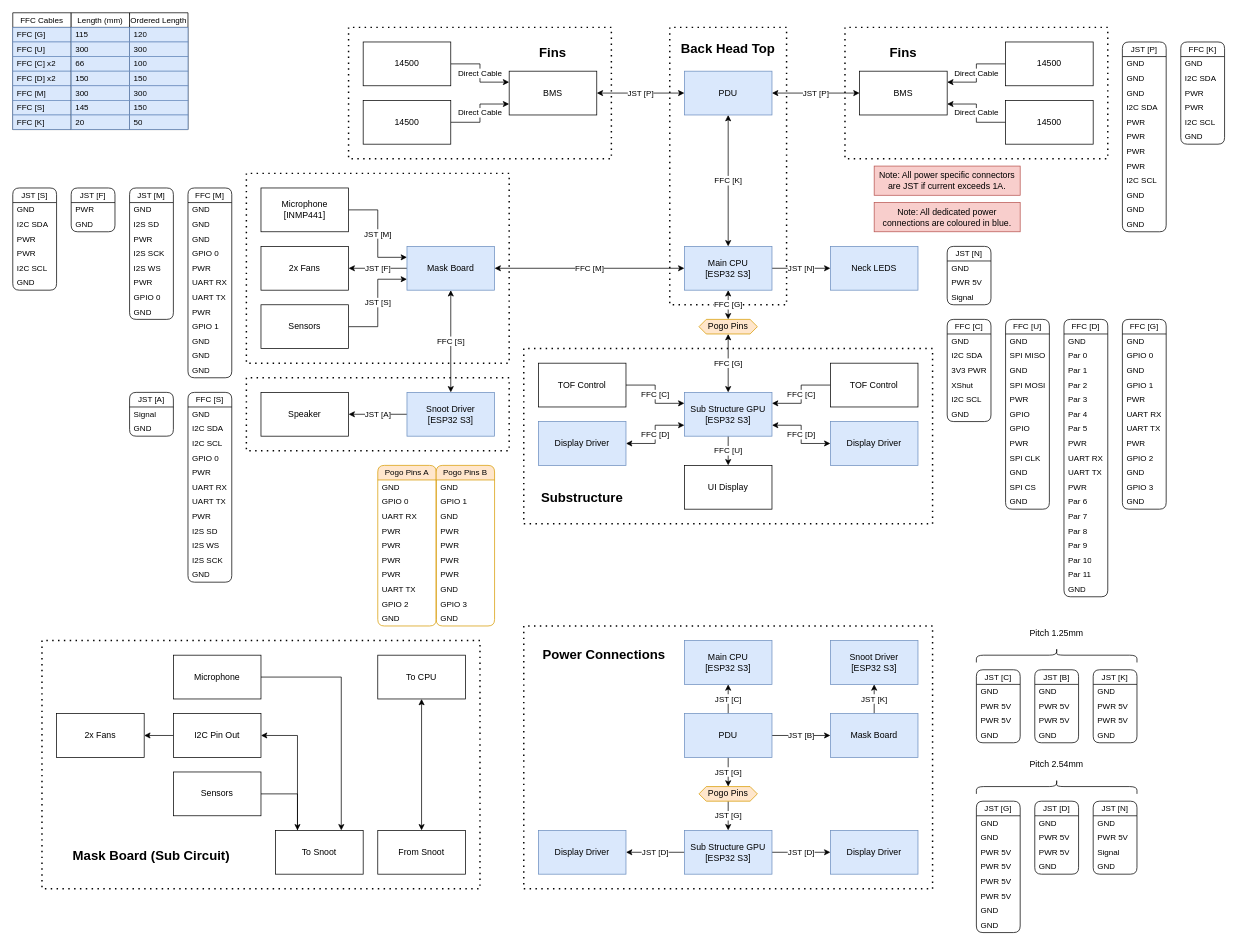
Before: page "Connectors & Connections" (2 of 3) of Documents/Electronics.drawio in XCR1793/Synth-Head, a draw.io diagram. Source tidied: cells renumbered, new cells numbered last; positions are measured from the earlier drawing's top-left corner, leaving out a move shared by most shapes. Both pictures are drawn from the tidied source at 73%, with x=0, y=0 at pixel (12, 12).
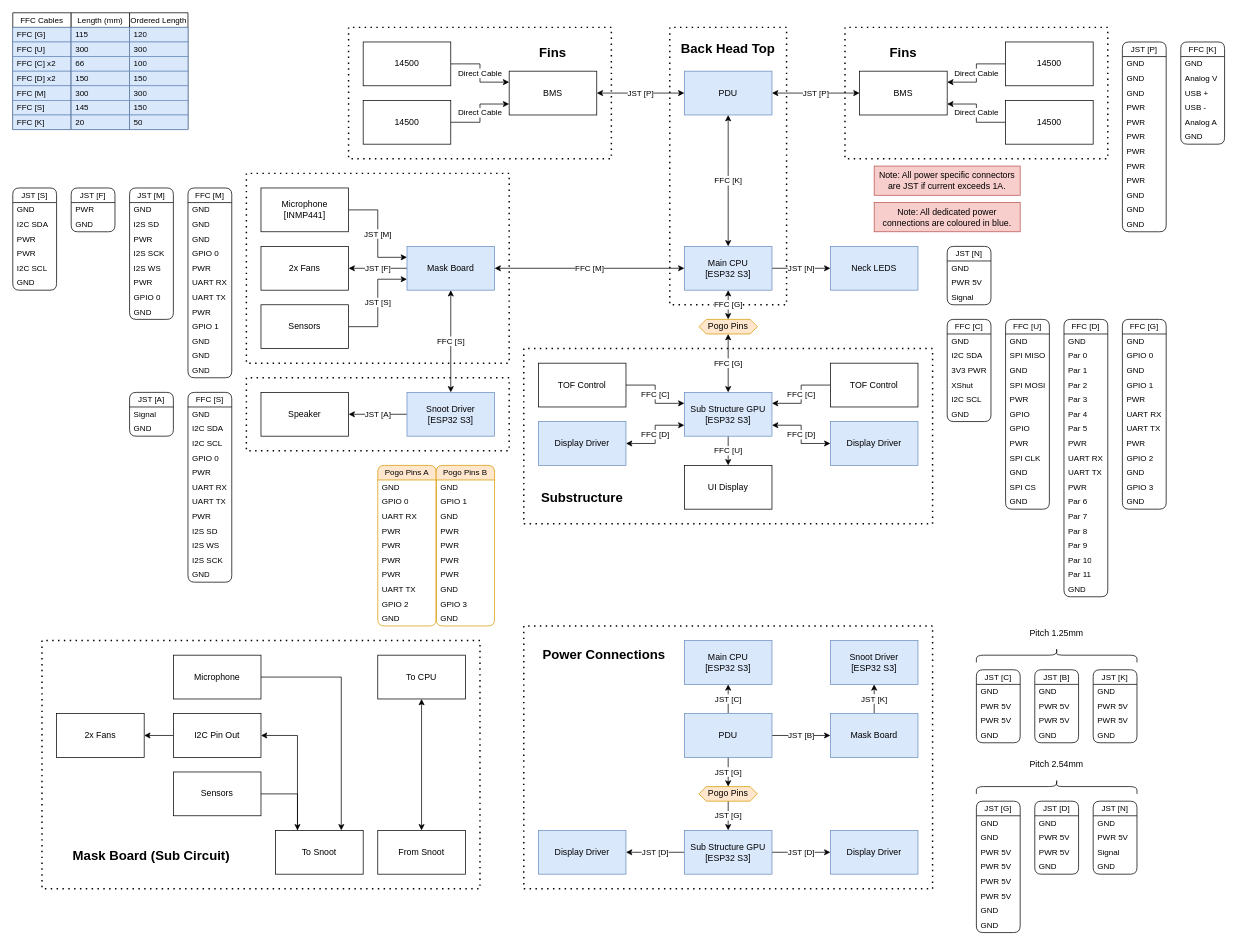
The same page after the edit.

The change refers to these unchanged cells:
```xml
<mxCell id="166" value="JST [P]" style="swimlane;fontStyle=0;horizontal=1;startSize=20;whiteSpace=wrap;html=1;fontFamily=Helvetica;fontSize=11;fontColor=default;labelBackgroundColor=default;rounded=1;" parent="1" vertex="1">
  <mxGeometry x="1520" y="40" width="60" height="260" as="geometry" />
</mxCell>
<mxCell id="196" value="FFC [K]" style="swimlane;fontStyle=0;horizontal=1;startSize=20;whiteSpace=wrap;html=1;fontFamily=Helvetica;fontSize=11;fontColor=default;labelBackgroundColor=default;rounded=1;" parent="1" vertex="1">
  <mxGeometry x="1600" y="40" width="60" height="140" as="geometry" />
</mxCell>
```

What changed in the source:
```diff
@@
-    <mxCell id="170" value="I2C SDA" style="text;strokeColor=none;fillColor=none;align=left;verticalAlign=middle;spacingLeft=4;spacingRight=4;overflow=hidden;whiteSpace=wrap;html=1;fontFamily=Helvetica;fontSize=11;fontColor=default;labelBackgroundColor=default;fontStyle=0;" parent="166" vertex="1">
+    <mxCell id="170" value="PWR" style="text;strokeColor=none;fillColor=none;align=left;verticalAlign=middle;spacingLeft=4;spacingRight=4;overflow=hidden;whiteSpace=wrap;html=1;fontFamily=Helvetica;fontSize=11;fontColor=default;labelBackgroundColor=default;fontStyle=0;" parent="166" vertex="1">
       <mxGeometry y="80" width="60" height="20" as="geometry" />
     </mxCell>
@@
-    <mxCell id="175" value="I2C SCL" style="text;strokeColor=none;fillColor=none;align=left;verticalAlign=middle;spacingLeft=4;spacingRight=4;overflow=hidden;whiteSpace=wrap;html=1;fontFamily=Helvetica;fontSize=11;fontColor=default;labelBackgroundColor=default;fontStyle=0;" parent="166" vertex="1">
+    <mxCell id="175" value="PWR" style="text;strokeColor=none;fillColor=none;align=left;verticalAlign=middle;spacingLeft=4;spacingRight=4;overflow=hidden;whiteSpace=wrap;html=1;fontFamily=Helvetica;fontSize=11;fontColor=default;labelBackgroundColor=default;fontStyle=0;" parent="166" vertex="1">
       <mxGeometry y="180" width="60" height="20" as="geometry" />
     </mxCell>
@@
-    <mxCell id="198" value="I2C SDA" style="text;strokeColor=none;fillColor=none;align=left;verticalAlign=middle;spacingLeft=4;spacingRight=4;overflow=hidden;whiteSpace=wrap;html=1;fontFamily=Helvetica;fontSize=11;fontColor=default;labelBackgroundColor=default;fontStyle=0;" parent="196" vertex="1">
+    <mxCell id="198" value="Analog V" style="text;strokeColor=none;fillColor=none;align=left;verticalAlign=middle;spacingLeft=4;spacingRight=4;overflow=hidden;whiteSpace=wrap;html=1;fontFamily=Helvetica;fontSize=11;fontColor=default;labelBackgroundColor=default;fontStyle=0;" parent="196" vertex="1">
       <mxGeometry y="40" width="60" height="20" as="geometry" />
     </mxCell>
-    <mxCell id="199" value="PWR" style="text;strokeColor=none;fillColor=none;align=left;verticalAlign=middle;spacingLeft=4;spacingRight=4;overflow=hidden;whiteSpace=wrap;html=1;fontFamily=Helvetica;fontSize=11;fontColor=default;labelBackgroundColor=default;fontStyle=0;" parent="196" vertex="1">
+    <mxCell id="199" value="USB +" style="text;strokeColor=none;fillColor=none;align=left;verticalAlign=middle;spacingLeft=4;spacingRight=4;overflow=hidden;whiteSpace=wrap;html=1;fontFamily=Helvetica;fontSize=11;fontColor=default;labelBackgroundColor=default;fontStyle=0;" parent="196" vertex="1">
       <mxGeometry y="60" width="60" height="20" as="geometry" />
     </mxCell>
-    <mxCell id="200" value="PWR" style="text;strokeColor=none;fillColor=none;align=left;verticalAlign=middle;spacingLeft=4;spacingRight=4;overflow=hidden;whiteSpace=wrap;html=1;fontFamily=Helvetica;fontSize=11;fontColor=default;labelBackgroundColor=default;fontStyle=0;" parent="196" vertex="1">
+    <mxCell id="200" value="USB -" style="text;strokeColor=none;fillColor=none;align=left;verticalAlign=middle;spacingLeft=4;spacingRight=4;overflow=hidden;whiteSpace=wrap;html=1;fontFamily=Helvetica;fontSize=11;fontColor=default;labelBackgroundColor=default;fontStyle=0;" parent="196" vertex="1">
       <mxGeometry y="80" width="60" height="20" as="geometry" />
     </mxCell>
-    <mxCell id="201" value="I2C SCL" style="text;strokeColor=none;fillColor=none;align=left;verticalAlign=middle;spacingLeft=4;spacingRight=4;overflow=hidden;whiteSpace=wrap;html=1;fontFamily=Helvetica;fontSize=11;fontColor=default;labelBackgroundColor=default;fontStyle=0;" parent="196" vertex="1">
+    <mxCell id="201" value="Analog A" style="text;strokeColor=none;fillColor=none;align=left;verticalAlign=middle;spacingLeft=4;spacingRight=4;overflow=hidden;whiteSpace=wrap;html=1;fontFamily=Helvetica;fontSize=11;fontColor=default;labelBackgroundColor=default;fontStyle=0;" parent="196" vertex="1">
       <mxGeometry y="100" width="60" height="20" as="geometry" />
     </mxCell>
```
